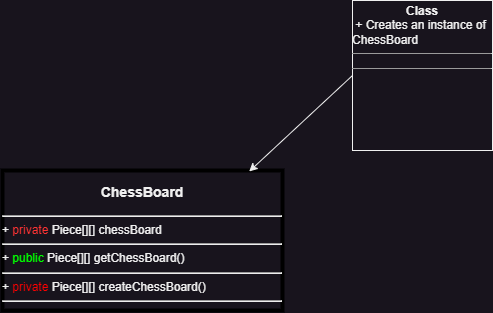
Earlier version of the draw.io export src/doc/ERD/Untitled Diagram.drawio.png (MrCooxie/Chess). Source tidied: cells renumbered, new cells last; positions are measured from the earlier drawing's top-left corner, leaving out a move shared by most shapes. The source it was exported from:
```xml
<mxGraphModel>
  <root>
    <mxCell id="0" />
    <mxCell id="1" parent="0" />
    <mxCell id="2" value="&lt;p style=&quot;margin:0px;margin-top:4px;text-align:center;&quot;&gt;&lt;b&gt;Class&lt;/b&gt;&lt;/p&gt;&amp;nbsp;+ Creates an instance of ChessBoard&lt;hr size=&quot;1&quot;&gt;&lt;div style=&quot;height:2px;&quot;&gt;&lt;/div&gt;&lt;hr size=&quot;1&quot;&gt;&lt;div style=&quot;height:2px;&quot;&gt;&lt;/div&gt;" style="verticalAlign=top;align=left;overflow=fill;fontSize=12;fontFamily=Helvetica;html=1;whiteSpace=wrap;" parent="1" vertex="1">
      <mxGeometry x="350" width="140" height="150" as="geometry" />
    </mxCell>
    <mxCell id="3" value="&lt;h3 style=&quot;text-align: center;&quot;&gt;ChessBoard&lt;/h3&gt;&lt;hr&gt;+ &lt;font color=&quot;#ff3333&quot;&gt;private &lt;/font&gt;Piece[][] chessBoard&lt;br&gt;&lt;hr&gt;+ &lt;font color=&quot;#00ff00&quot;&gt;public &lt;/font&gt;Piece[][] getChessBoard()&lt;br&gt;&lt;hr&gt;+ &lt;font color=&quot;#ff0000&quot;&gt;private &lt;/font&gt;Piece[][] createChessBoard()&lt;br&gt;&lt;hr&gt;" style="verticalAlign=middle;align=left;overflow=fill;html=1;whiteSpace=wrap;horizontal=1;labelPosition=center;verticalLabelPosition=middle;strokeWidth=4;strokeColor=#000000;rounded=0;shadow=0;gradientColor=none;fillColor=default;" parent="1" vertex="1">
      <mxGeometry y="170" width="280" height="140" as="geometry" />
    </mxCell>
    <mxCell id="4" style="edgeStyle=none;jettySize=auto;html=1;rounded=0;entryX=0.881;entryY=0.007;entryDx=0;entryDy=0;entryPerimeter=0;exitX=0;exitY=0.5;exitDx=0;exitDy=0;" parent="1" edge="1" source="2" target="3">
      <mxGeometry relative="1" as="geometry" />
    </mxCell>
  </root>
</mxGraphModel>
```
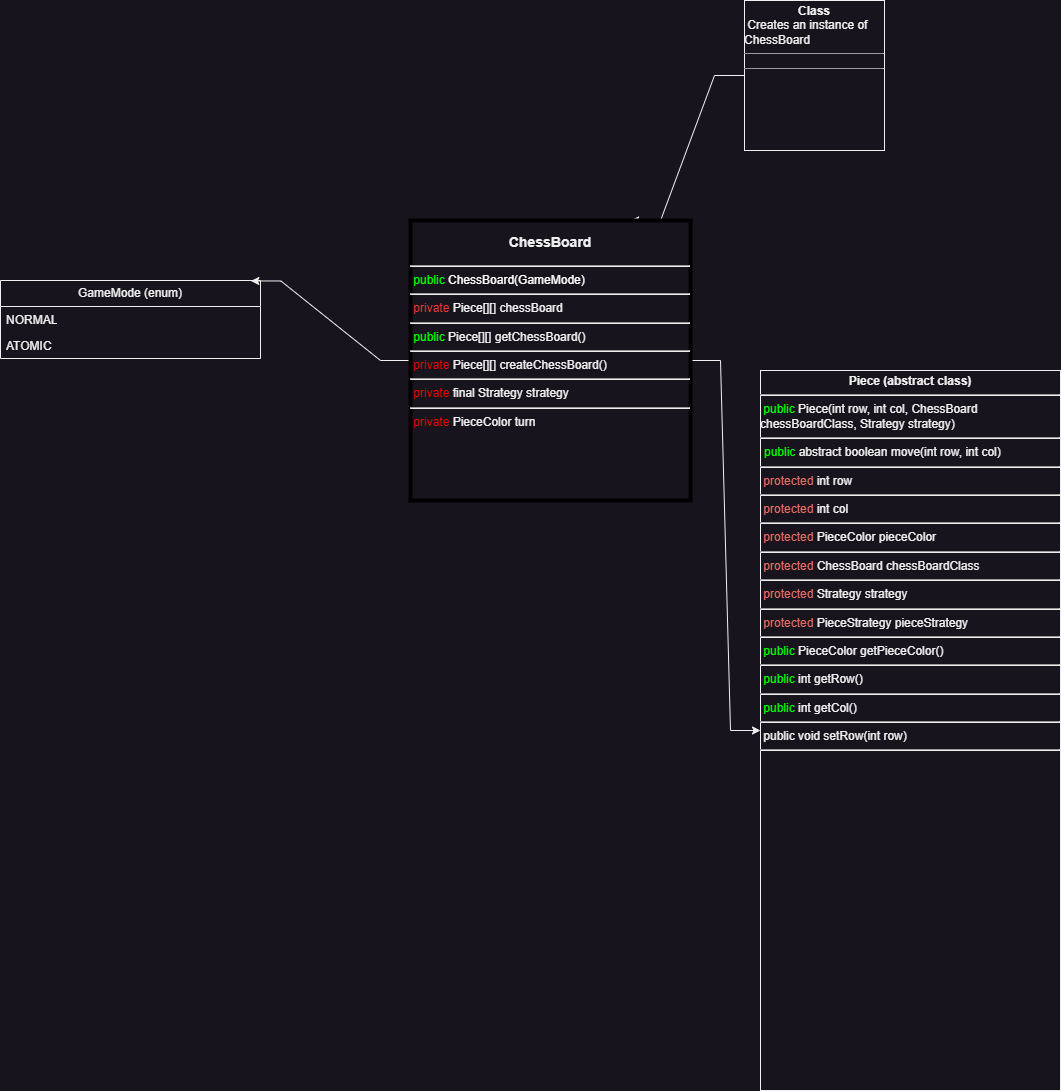
Later version of the same file.

The edit, as a diff of the source:
```diff
@@ -2,14 +2,32 @@
   <root>
     <mxCell id="0" />
     <mxCell id="1" parent="0" />
+    <mxCell id="4" style="edgeStyle=entityRelationEdgeStyle;rounded=0;jettySize=auto;html=1;entryX=0.786;entryY=0;entryDx=0;entryDy=0;entryPerimeter=0;" parent="1" edge="1" source="2" target="3">
+      <mxGeometry relative="1" as="geometry" />
+    </mxCell>
-    <mxCell id="2" value="&lt;p style=&quot;margin:0px;margin-top:4px;text-align:center;&quot;&gt;&lt;b&gt;Class&lt;/b&gt;&lt;/p&gt;&amp;nbsp;+ Creates an instance of ChessBoard&lt;hr size=&quot;1&quot;&gt;&lt;div style=&quot;height:2px;&quot;&gt;&lt;/div&gt;&lt;hr size=&quot;1&quot;&gt;&lt;div style=&quot;height:2px;&quot;&gt;&lt;/div&gt;" style="verticalAlign=top;align=left;overflow=fill;fontSize=12;fontFamily=Helvetica;html=1;whiteSpace=wrap;" parent="1" vertex="1">
-      <mxGeometry x="350" width="140" height="150" as="geometry" />
+    <mxCell id="2" value="&lt;p style=&quot;margin:0px;margin-top:4px;text-align:center;&quot;&gt;&lt;b&gt;Class&lt;/b&gt;&lt;/p&gt;&amp;nbsp;Creates an instance of ChessBoard&lt;hr size=&quot;1&quot;&gt;&lt;div style=&quot;height:2px;&quot;&gt;&lt;/div&gt;&lt;hr size=&quot;1&quot;&gt;&lt;div style=&quot;height:2px;&quot;&gt;&lt;/div&gt;" style="verticalAlign=top;align=left;overflow=fill;fontSize=12;fontFamily=Helvetica;html=1;whiteSpace=wrap;" parent="1" vertex="1">
+      <mxGeometry x="334" y="-50" width="140" height="150" as="geometry" />
     </mxCell>
+    <mxCell id="5" style="edgeStyle=entityRelationEdgeStyle;rounded=0;jettySize=auto;html=1;" parent="1" edge="1" source="3" target="10">
+      <mxGeometry relative="1" as="geometry" />
+    </mxCell>
+    <mxCell id="6" style="edgeStyle=entityRelationEdgeStyle;rounded=0;jettySize=auto;html=1;entryX=0.963;entryY=0.006;entryDx=0;entryDy=0;entryPerimeter=0;" parent="1" edge="1" source="3" target="7">
+      <mxGeometry relative="1" as="geometry" />
+    </mxCell>
-    <mxCell id="3" value="&lt;h3 style=&quot;text-align: center;&quot;&gt;ChessBoard&lt;/h3&gt;&lt;hr&gt;+ &lt;font color=&quot;#ff3333&quot;&gt;private &lt;/font&gt;Piece[][] chessBoard&lt;br&gt;&lt;hr&gt;+ &lt;font color=&quot;#00ff00&quot;&gt;public &lt;/font&gt;Piece[][] getChessBoard()&lt;br&gt;&lt;hr&gt;+ &lt;font color=&quot;#ff0000&quot;&gt;private &lt;/font&gt;Piece[][] createChessBoard()&lt;br&gt;&lt;hr&gt;" style="verticalAlign=middle;align=left;overflow=fill;html=1;whiteSpace=wrap;horizontal=1;labelPosition=center;verticalLabelPosition=middle;strokeWidth=4;strokeColor=#000000;rounded=0;shadow=0;gradientColor=none;fillColor=default;" parent="1" vertex="1">
-      <mxGeometry y="170" width="280" height="140" as="geometry" />
+    <mxCell id="3" value="&lt;h3 style=&quot;text-align: center;&quot;&gt;ChessBoard&lt;/h3&gt;&lt;div&gt;&lt;/div&gt;&lt;hr&gt;&lt;font color=&quot;#00ff00&quot;&gt;&amp;nbsp;public &lt;/font&gt;&lt;font color=&quot;#ffffff&quot;&gt;ChessBoard(GameMode)&lt;br&gt;&lt;/font&gt;&lt;hr style=&quot;&quot;&gt;&lt;font style=&quot;font-size: 12px;&quot; color=&quot;#ff3333&quot;&gt;&amp;nbsp;private &lt;/font&gt;Piece[][] chessBoard&lt;br&gt;&lt;hr&gt;&lt;font color=&quot;#00ff00&quot;&gt;&amp;nbsp;public &lt;/font&gt;Piece[][] getChessBoard()&lt;br&gt;&lt;hr&gt;&lt;font color=&quot;#ff0000&quot;&gt;&amp;nbsp;private &lt;/font&gt;Piece[][] createChessBoard()&lt;br&gt;&lt;hr&gt;&amp;nbsp;&lt;font color=&quot;#ff0000&quot;&gt;private &lt;/font&gt;final Strategy strategy&lt;br&gt;&lt;hr&gt;&amp;nbsp;&lt;font color=&quot;#ff0000&quot;&gt;private &lt;/font&gt;PieceColor turn" style="verticalAlign=middle;align=left;overflow=fill;html=1;whiteSpace=wrap;horizontal=1;labelPosition=center;verticalLabelPosition=middle;strokeWidth=4;strokeColor=#000000;rounded=0;shadow=0;gradientColor=none;fillColor=default;" parent="1" vertex="1">
+      <mxGeometry y="170" width="280" height="280" as="geometry" />
     </mxCell>
-    <mxCell id="4" style="edgeStyle=none;jettySize=auto;html=1;rounded=0;entryX=0.881;entryY=0.007;entryDx=0;entryDy=0;entryPerimeter=0;exitX=0;exitY=0.5;exitDx=0;exitDy=0;" parent="1" edge="1" source="2" target="3">
-      <mxGeometry relative="1" as="geometry" />
-    </mxCell>
+    <mxCell id="7" value="GameMode (enum)" style="swimlane;fontStyle=0;horizontal=1;startSize=26;fillColor=none;whiteSpace=wrap;html=1;" parent="1" vertex="1">
+      <mxGeometry x="-410" y="230" width="260" height="78" as="geometry" />
+    </mxCell>
+    <mxCell id="8" value="NORMAL" style="text;strokeColor=none;fillColor=none;align=left;verticalAlign=top;spacingLeft=4;spacingRight=4;overflow=hidden;whiteSpace=wrap;html=1;" parent="7" vertex="1">
+      <mxGeometry y="26" width="260" height="26" as="geometry" />
+    </mxCell>
+    <mxCell id="9" value="ATOMIC" style="text;strokeColor=none;fillColor=none;align=left;verticalAlign=top;spacingLeft=4;spacingRight=4;overflow=hidden;whiteSpace=wrap;html=1;" parent="7" vertex="1">
+      <mxGeometry y="52" width="260" height="26" as="geometry" />
+    </mxCell>
+    <mxCell id="10" value="&lt;p style=&quot;margin:0px;margin-top:4px;text-align:center;&quot;&gt;&lt;b&gt;Piece (abstract class)&lt;/b&gt;&lt;/p&gt;&lt;hr&gt;&amp;nbsp;&lt;font color=&quot;#00ff00&quot;&gt;public &lt;/font&gt;Piece(int row, int col, ChessBoard chessBoardClass, Strategy strategy)&lt;br&gt;&lt;hr&gt;&lt;p style=&quot;margin:0px;margin-left:4px;&quot;&gt;&lt;font style=&quot;background-color: initial;&quot; color=&quot;#00ff00&quot;&gt;public &lt;/font&gt;&lt;span style=&quot;background-color: initial;&quot;&gt;abstract boolean move(int row, int col)&lt;/span&gt;&lt;br&gt;&lt;/p&gt;&lt;hr&gt;&lt;font color=&quot;#ea6b66&quot;&gt;&amp;nbsp;protected &lt;/font&gt;int row&lt;br&gt;&lt;hr&gt;&lt;font color=&quot;#ea6b66&quot;&gt;&amp;nbsp;protected &lt;/font&gt;int col&lt;br&gt;&lt;hr&gt;&lt;font color=&quot;#ea6b66&quot;&gt;&amp;nbsp;protected &lt;/font&gt;PieceColor pieceColor&lt;br&gt;&lt;hr&gt;&lt;font color=&quot;#ea6b66&quot;&gt;&amp;nbsp;protected &lt;/font&gt;ChessBoard chessBoardClass&lt;br&gt;&lt;hr&gt;&lt;font color=&quot;#ea6b66&quot;&gt;&amp;nbsp;protected &lt;/font&gt;Strategy strategy&lt;br&gt;&lt;hr&gt;&lt;font color=&quot;#ea6b66&quot;&gt;&amp;nbsp;protected &lt;/font&gt;PieceStrategy pieceStrategy&lt;br&gt;&lt;hr&gt;&amp;nbsp;&lt;font color=&quot;#00ff00&quot;&gt;public &lt;/font&gt;PieceColor getPieceColor()&lt;br&gt;&lt;hr&gt;&amp;nbsp;&lt;font color=&quot;#00ff00&quot;&gt;public &lt;/font&gt;int getRow()&lt;br&gt;&lt;hr&gt;&amp;nbsp;&lt;font color=&quot;#00ff00&quot;&gt;public &lt;/font&gt;int getCol()&lt;br&gt;&lt;hr&gt;&amp;nbsp;public void setRow(int row)&lt;br&gt;&lt;hr&gt;" style="verticalAlign=top;align=left;overflow=fill;fontSize=12;fontFamily=Helvetica;html=1;whiteSpace=wrap;" parent="1" vertex="1">
+      <mxGeometry x="350" y="320" width="300" height="720" as="geometry" />
+    </mxCell>
   </root>
 </mxGraphModel>
```
